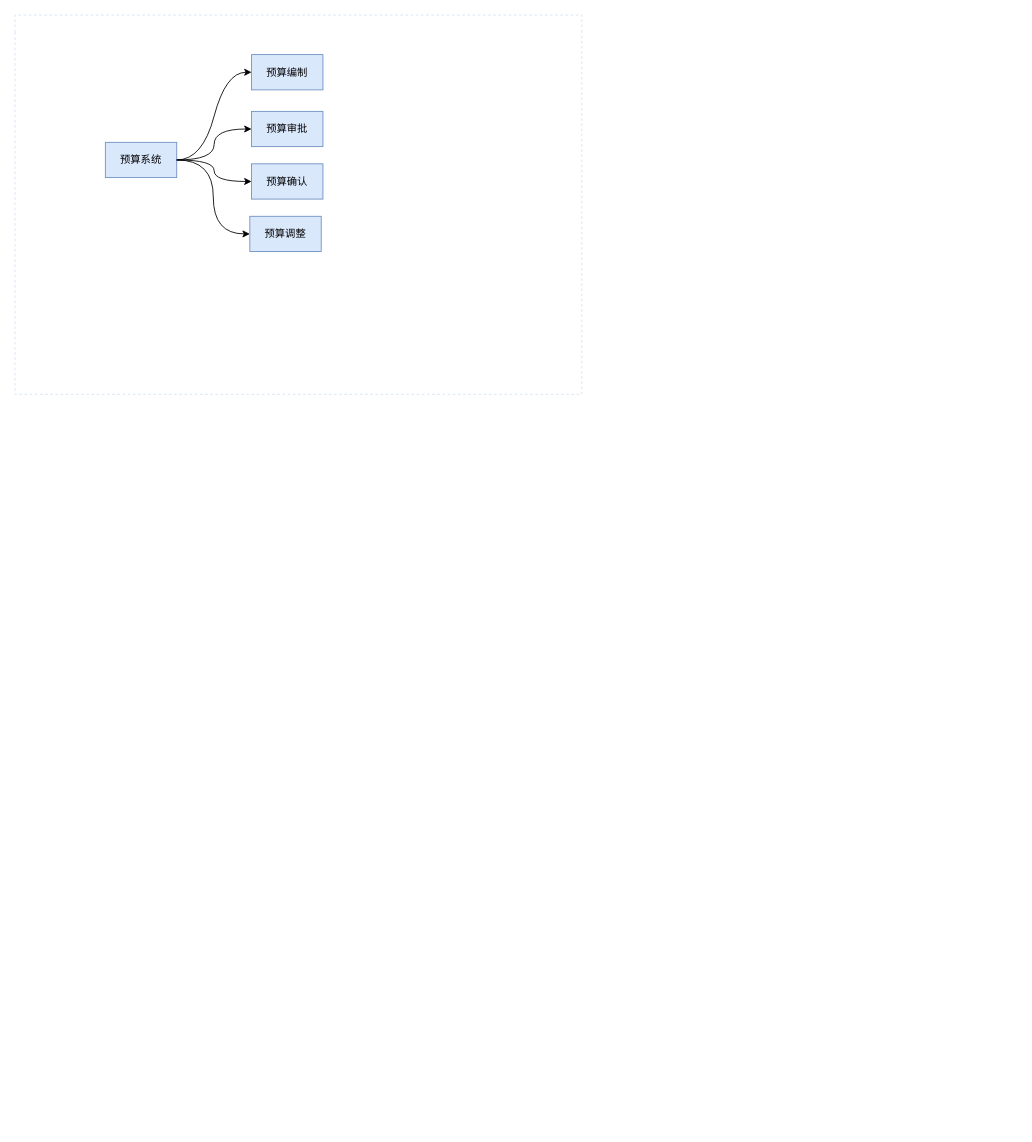
The draw.io diagram 预算系统.drawio in haipeng-lin/drawIo, before the edit. Source tidied: cells renumbered, new cells numbered last; positions are measured from the earlier drawing's top-left corner, leaving out a move shared by most shapes. Both pictures are drawn from the tidied source at 86%, with x=0, y=0 at pixel (15, 15).
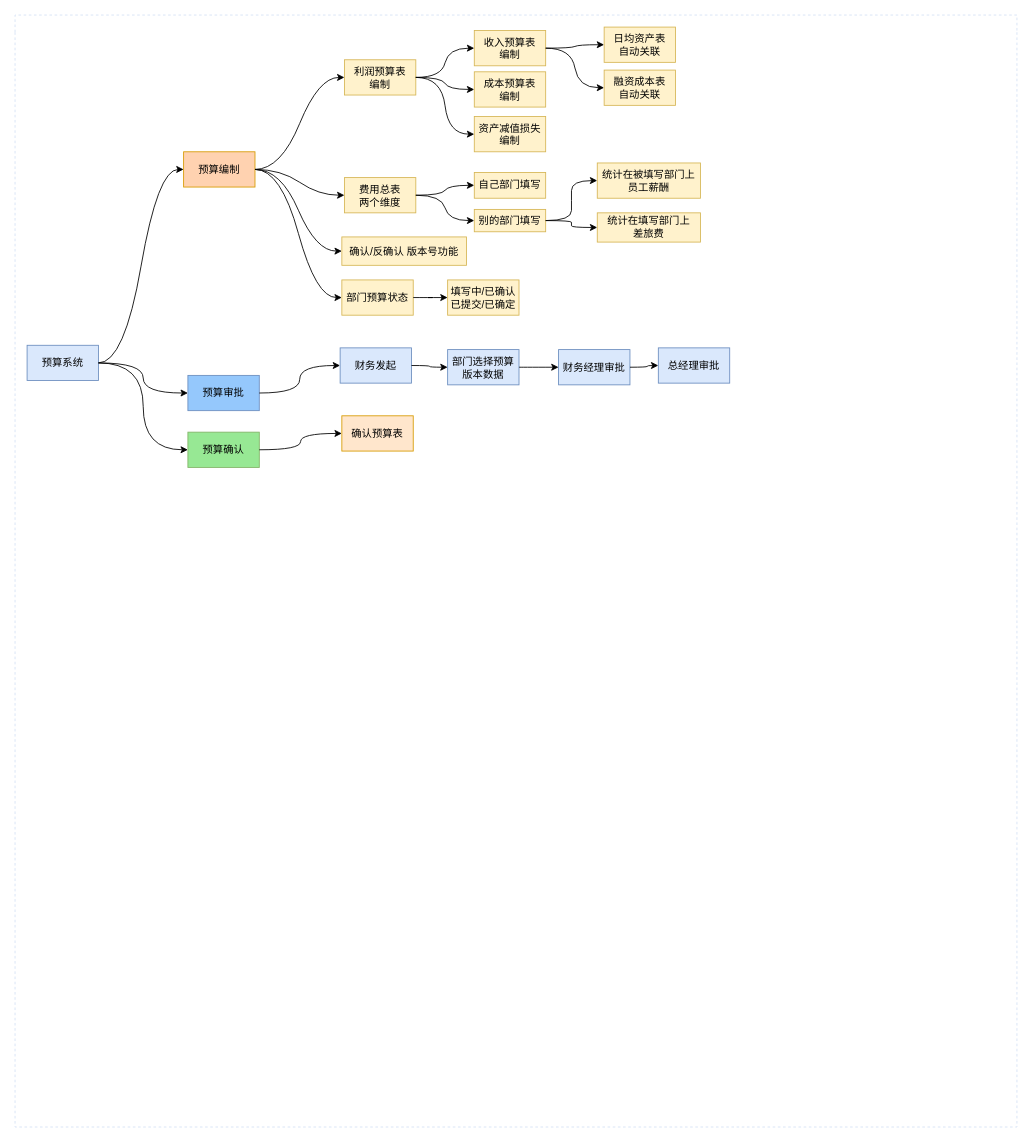
After the change.

Commit message:
更新预算系统.drawio

What changed in the source:
```diff
@@
-    <mxCell id="2" style="swimlane;html=1;startSize=20;horizontal=1;containerType=tree;labelBackgroundColor=none;strokeColor=#D4E1F5;strokeWidth=1;fillColor=none;fontFamily=Comic Sans MS;fontSize=9;swimlaneLine=0;dashed=1;" parent="1" vertex="1">
-      <mxGeometry width="659" height="441" as="geometry" />
+    <mxCell id="2" style="swimlane;html=1;startSize=20;horizontal=1;containerType=tree;labelBackgroundColor=none;strokeColor=#D4E1F5;strokeWidth=1;fillColor=none;fontFamily=Comic Sans MS;fontSize=9;swimlaneLine=0;dashed=1;swimlaneFillColor=default;" parent="1" vertex="1">
+      <mxGeometry width="1165" height="1293" as="geometry" />
     </mxCell>
     <mxCell id="3" value="预算系统" style="rounded=0;whiteSpace=wrap;html=1;fillColor=#dae8fc;strokeColor=#6c8ebf;" parent="2" vertex="1">
-      <mxGeometry x="105" y="148" width="83" height="41" as="geometry" />
+      <mxGeometry x="14" y="384" width="83" height="41" as="geometry" />
     </mxCell>
@@
-    <mxCell id="5" value="预算编制" style="rounded=0;whiteSpace=wrap;html=1;fillColor=#dae8fc;strokeColor=#6c8ebf;" parent="2" vertex="1">
-      <mxGeometry x="275" y="46" width="83" height="41" as="geometry" />
+    <mxCell id="5" value="预算编制" style="rounded=0;whiteSpace=wrap;html=1;fillColor=#FFD2B0;strokeColor=#d79b00;" parent="2" vertex="1">
+      <mxGeometry x="196" y="159" width="83" height="41" as="geometry" />
     </mxCell>
@@
-    <mxCell id="7" value="预算审批" style="rounded=0;whiteSpace=wrap;html=1;fillColor=#dae8fc;strokeColor=#6c8ebf;" parent="2" vertex="1">
-      <mxGeometry x="275" y="112" width="83" height="41" as="geometry" />
+    <mxCell id="7" value="预算审批" style="rounded=0;whiteSpace=wrap;html=1;fillColor=#95C8FC;strokeColor=#6c8ebf;" parent="2" vertex="1">
+      <mxGeometry x="201" y="419" width="83" height="41" as="geometry" />
     </mxCell>
-    <mxCell id="8" style="edgeStyle=orthogonalEdgeStyle;rounded=0;jettySize=auto;html=1;curved=1;" parent="2" edge="1" source="3" target="9">
+    <mxCell id="8" style="edgeStyle=orthogonalEdgeStyle;rounded=0;jettySize=auto;html=1;curved=1;entryX=0;entryY=0.5;entryDx=0;entryDy=0;" parent="2" edge="1" source="3" target="9">
       <mxGeometry relative="1" as="geometry" />
     </mxCell>
-    <mxCell id="9" value="预算确认" style="rounded=0;whiteSpace=wrap;html=1;fillColor=#dae8fc;strokeColor=#6c8ebf;" parent="2" vertex="1">
-      <mxGeometry x="275" y="173" width="83" height="41" as="geometry" />
+    <mxCell id="9" value="预算确认" style="rounded=0;whiteSpace=wrap;html=1;fillColor=#97E894;strokeColor=#82b366;" parent="2" vertex="1">
+      <mxGeometry x="201" y="485" width="83" height="41" as="geometry" />
     </mxCell>
-    <mxCell id="10" style="edgeStyle=orthogonalEdgeStyle;rounded=0;jettySize=auto;html=1;curved=1;entryX=0;entryY=0.5;entryDx=0;entryDy=0;" parent="2" edge="1" source="3" target="11">
-      <mxGeometry relative="1" as="geometry" />
-    </mxCell>
-    <mxCell id="11" value="预算调整" style="rounded=0;whiteSpace=wrap;html=1;fillColor=#dae8fc;strokeColor=#6c8ebf;" parent="2" vertex="1">
-      <mxGeometry x="273" y="234" width="83" height="41" as="geometry" />
-    </mxCell>
+    <mxCell id="12" style="edgeStyle=entityRelationEdgeStyle;rounded=0;jettySize=auto;html=1;curved=1;" parent="2" edge="1" source="5" target="13">
+      <mxGeometry relative="1" as="geometry" />
+    </mxCell>
+    <mxCell id="13" value="确认/反确认 版本号功能" style="rounded=0;whiteSpace=wrap;html=1;fillColor=#fff2cc;strokeColor=#d6b656;" parent="2" vertex="1">
+      <mxGeometry x="380" y="258" width="145" height="33" as="geometry" />
+    </mxCell>
+    <mxCell id="14" style="edgeStyle=entityRelationEdgeStyle;rounded=0;jettySize=auto;html=1;curved=1;" parent="2" edge="1" source="5" target="15">
+      <mxGeometry relative="1" as="geometry">
+        <Array as="points">
+          <mxPoint x="314" y="243" />
+        </Array>
+      </mxGeometry>
+    </mxCell>
+    <mxCell id="15" value="费用总表&lt;div&gt;两个维度&lt;/div&gt;" style="rounded=0;whiteSpace=wrap;html=1;fillColor=#fff2cc;strokeColor=#d6b656;" parent="2" vertex="1">
+      <mxGeometry x="383" y="189" width="83" height="41" as="geometry" />
+    </mxCell>
+    <mxCell id="16" style="edgeStyle=entityRelationEdgeStyle;rounded=0;jettySize=auto;html=1;curved=1;" parent="2" edge="1" source="15" target="17">
+      <mxGeometry relative="1" as="geometry" />
+    </mxCell>
+    <mxCell id="17" value="自己部门填写" style="rounded=0;whiteSpace=wrap;html=1;fillColor=#fff2cc;strokeColor=#d6b656;" parent="2" vertex="1">
+      <mxGeometry x="534" y="183" width="83" height="30" as="geometry" />
+    </mxCell>
+    <mxCell id="18" style="edgeStyle=entityRelationEdgeStyle;rounded=0;jettySize=auto;html=1;curved=1;" parent="2" edge="1" source="5" target="19">
+      <mxGeometry relative="1" as="geometry" />
+    </mxCell>
+    <mxCell id="19" value="利润预算表&lt;div&gt;编制&lt;/div&gt;" style="rounded=0;whiteSpace=wrap;html=1;fillColor=#fff2cc;strokeColor=#d6b656;" parent="2" vertex="1">
+      <mxGeometry x="383" y="52" width="83" height="41" as="geometry" />
+    </mxCell>
+    <mxCell id="20" style="edgeStyle=orthogonalEdgeStyle;rounded=0;jettySize=auto;html=1;curved=1;" parent="2" edge="1" source="7" target="21">
+      <mxGeometry relative="1" as="geometry" />
+    </mxCell>
+    <mxCell id="21" value="财务发起" style="rounded=0;whiteSpace=wrap;html=1;fillColor=#dae8fc;strokeColor=#6c8ebf;" parent="2" vertex="1">
+      <mxGeometry x="378" y="387" width="83" height="41" as="geometry" />
+    </mxCell>
+    <mxCell id="22" style="edgeStyle=entityRelationEdgeStyle;rounded=0;jettySize=auto;html=1;curved=1;" parent="2" edge="1" source="19" target="23">
+      <mxGeometry relative="1" as="geometry" />
+    </mxCell>
+    <mxCell id="23" value="收入预算表&lt;div&gt;编制&lt;/div&gt;" style="rounded=0;whiteSpace=wrap;html=1;fillColor=#fff2cc;strokeColor=#d6b656;" parent="2" vertex="1">
+      <mxGeometry x="534" y="18" width="83" height="41" as="geometry" />
+    </mxCell>
+    <mxCell id="24" style="edgeStyle=entityRelationEdgeStyle;rounded=0;jettySize=auto;html=1;curved=1;" parent="2" edge="1" source="19" target="25">
+      <mxGeometry relative="1" as="geometry" />
+    </mxCell>
+    <mxCell id="25" value="资产减值损失编制" style="rounded=0;whiteSpace=wrap;html=1;fillColor=#fff2cc;strokeColor=#d6b656;" parent="2" vertex="1">
+      <mxGeometry x="534" y="118" width="83" height="41" as="geometry" />
+    </mxCell>
+    <mxCell id="26" style="edgeStyle=entityRelationEdgeStyle;rounded=0;jettySize=auto;html=1;curved=1;" parent="2" edge="1" source="23" target="27">
+      <mxGeometry relative="1" as="geometry" />
+    </mxCell>
+    <mxCell id="27" value="融资成本表&lt;div&gt;自动关联&lt;/div&gt;" style="rounded=0;whiteSpace=wrap;html=1;fillColor=#fff2cc;strokeColor=#d6b656;" parent="2" vertex="1">
+      <mxGeometry x="685" y="64" width="83" height="41" as="geometry" />
+    </mxCell>
+    <mxCell id="28" style="edgeStyle=entityRelationEdgeStyle;rounded=0;jettySize=auto;html=1;curved=1;" parent="2" edge="1" source="19" target="29">
+      <mxGeometry relative="1" as="geometry" />
+    </mxCell>
+    <mxCell id="29" value="成本预算表&lt;div&gt;编制&lt;/div&gt;" style="rounded=0;whiteSpace=wrap;html=1;fillColor=#fff2cc;strokeColor=#d6b656;" parent="2" vertex="1">
+      <mxGeometry x="534" y="66" width="83" height="41" as="geometry" />
+    </mxCell>
+    <mxCell id="30" style="edgeStyle=entityRelationEdgeStyle;rounded=0;jettySize=auto;html=1;curved=1;" parent="2" edge="1" source="23" target="31">
+      <mxGeometry relative="1" as="geometry" />
+    </mxCell>
+    <mxCell id="31" value="日均资产表&lt;div&gt;自动关联&lt;/div&gt;" style="rounded=0;whiteSpace=wrap;html=1;fillColor=#fff2cc;strokeColor=#d6b656;" parent="2" vertex="1">
+      <mxGeometry x="685" y="14" width="83" height="41" as="geometry" />
+    </mxCell>
+    <mxCell id="32" style="edgeStyle=entityRelationEdgeStyle;rounded=0;jettySize=auto;html=1;curved=1;" parent="2" edge="1" source="15" target="33">
+      <mxGeometry relative="1" as="geometry">
+        <Array as="points">
+          <mxPoint x="104" y="-268" />
+        </Array>
+      </mxGeometry>
+    </mxCell>
+    <mxCell id="33" value="别的部门填写" style="rounded=0;whiteSpace=wrap;html=1;fillColor=#fff2cc;strokeColor=#d6b656;" parent="2" vertex="1">
+      <mxGeometry x="534" y="226" width="83" height="26" as="geometry" />
+    </mxCell>
+    <mxCell id="34" style="edgeStyle=entityRelationEdgeStyle;rounded=0;jettySize=auto;html=1;curved=1;" parent="2" edge="1" source="33" target="35">
+      <mxGeometry relative="1" as="geometry">
+        <Array as="points">
+          <mxPoint x="-106" y="-779" />
+        </Array>
+      </mxGeometry>
+    </mxCell>
+    <mxCell id="35" value="统计在被填写部门上&lt;div&gt;员工薪酬&lt;/div&gt;" style="rounded=0;whiteSpace=wrap;html=1;fillColor=#fff2cc;strokeColor=#d6b656;" parent="2" vertex="1">
+      <mxGeometry x="677" y="172" width="120" height="41" as="geometry" />
+    </mxCell>
+    <mxCell id="36" style="edgeStyle=entityRelationEdgeStyle;rounded=0;jettySize=auto;html=1;curved=1;" parent="2" edge="1" source="33" target="37">
+      <mxGeometry relative="1" as="geometry">
+        <Array as="points">
+          <mxPoint x="-106" y="-779" />
+        </Array>
+      </mxGeometry>
+    </mxCell>
+    <mxCell id="37" value="统计在填写部门上&lt;div&gt;差旅费&lt;/div&gt;" style="rounded=0;whiteSpace=wrap;html=1;fillColor=#fff2cc;strokeColor=#d6b656;" parent="2" vertex="1">
+      <mxGeometry x="677" y="230" width="120" height="34" as="geometry" />
+    </mxCell>
+    <mxCell id="38" style="edgeStyle=orthogonalEdgeStyle;rounded=0;jettySize=auto;html=1;curved=1;" parent="2" edge="1" source="21" target="39">
+      <mxGeometry relative="1" as="geometry" />
+    </mxCell>
+    <mxCell id="39" value="部门选择预算版本数据" style="rounded=0;whiteSpace=wrap;html=1;fillColor=#dae8fc;strokeColor=#6c8ebf;" parent="2" vertex="1">
+      <mxGeometry x="503" y="389" width="83" height="41" as="geometry" />
+    </mxCell>
+    <mxCell id="40" style="edgeStyle=orthogonalEdgeStyle;rounded=0;jettySize=auto;html=1;curved=1;" parent="2" edge="1" source="39" target="41">
+      <mxGeometry relative="1" as="geometry" />
+    </mxCell>
+    <mxCell id="41" value="财务经理审批" style="rounded=0;whiteSpace=wrap;html=1;fillColor=#dae8fc;strokeColor=#6c8ebf;" parent="2" vertex="1">
+      <mxGeometry x="632" y="389" width="83" height="41" as="geometry" />
+    </mxCell>
+    <mxCell id="42" style="edgeStyle=orthogonalEdgeStyle;rounded=0;jettySize=auto;html=1;curved=1;" parent="2" edge="1" source="41" target="43">
+      <mxGeometry relative="1" as="geometry" />
+    </mxCell>
+    <mxCell id="43" value="总经理审批" style="rounded=0;whiteSpace=wrap;html=1;fillColor=#dae8fc;strokeColor=#6c8ebf;" parent="2" vertex="1">
+      <mxGeometry x="748" y="387" width="83" height="41" as="geometry" />
+    </mxCell>
+    <mxCell id="44" style="edgeStyle=orthogonalEdgeStyle;rounded=0;jettySize=auto;html=1;curved=1;entryX=0;entryY=0.5;entryDx=0;entryDy=0;" parent="2" edge="1" source="9" target="45">
+      <mxGeometry relative="1" as="geometry" />
+    </mxCell>
+    <mxCell id="45" value="确认预算表" style="rounded=0;whiteSpace=wrap;html=1;fillColor=#ffe6cc;strokeColor=#d79b00;" parent="2" vertex="1">
+      <mxGeometry x="380" y="466" width="83" height="41" as="geometry" />
+    </mxCell>
+    <mxCell id="46" style="edgeStyle=entityRelationEdgeStyle;rounded=0;jettySize=auto;html=1;curved=1;" parent="2" edge="1" source="5" target="47">
+      <mxGeometry relative="1" as="geometry" />
+    </mxCell>
+    <mxCell id="47" value="部门预算状态" style="rounded=0;whiteSpace=wrap;html=1;fillColor=#fff2cc;strokeColor=#d6b656;" parent="2" vertex="1">
+      <mxGeometry x="380" y="308" width="83" height="41" as="geometry" />
+    </mxCell>
+    <mxCell id="48" style="edgeStyle=entityRelationEdgeStyle;rounded=0;jettySize=auto;html=1;curved=1;" parent="2" edge="1" source="47" target="49">
+      <mxGeometry relative="1" as="geometry" />
+    </mxCell>
+    <mxCell id="49" value="填写中/已确认&lt;div&gt;已提交/已确定&lt;/div&gt;" style="rounded=0;whiteSpace=wrap;html=1;fillColor=#fff2cc;strokeColor=#d6b656;" parent="2" vertex="1">
+      <mxGeometry x="503" y="308" width="83" height="41" as="geometry" />
+    </mxCell>
```
